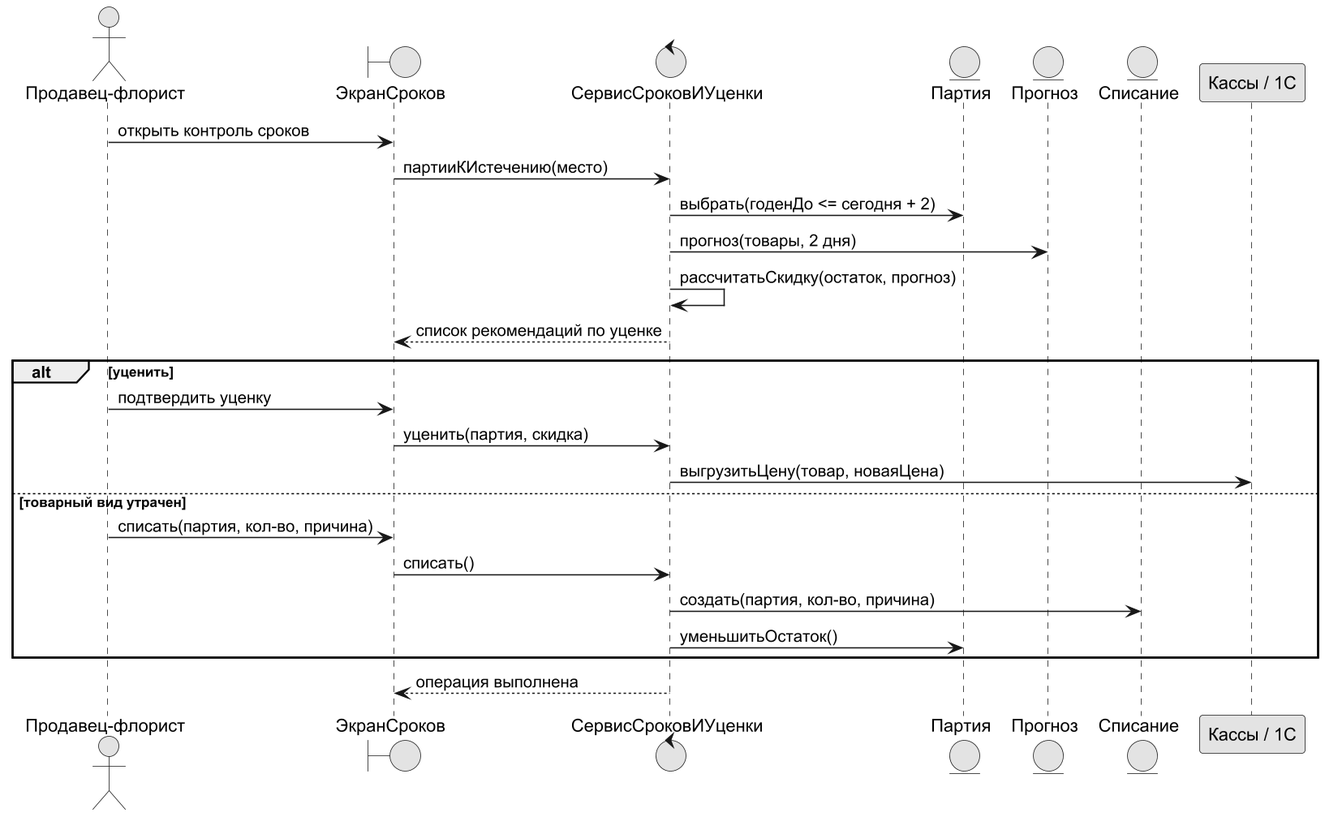
Above: diagrams/uml_seq_3.png in DarkSwordman999/flower-demand-planning (PlantUML), before the change. Its diagram source:
```plantuml
@startuml
!pragma layout smetana
skinparam dpi 150
skinparam defaultFontName Arial
skinparam shadowing false
skinparam monochrome true
actor "Продавец-флорист" as PF
boundary "ЭкранСроков" as UI
control "СервисСроковИУценки" as S
entity "Партия" as P
entity "Прогноз" as F
entity "Списание" as W
participant "Кассы / 1С" as KKT
PF -> UI : открыть контроль сроков
UI -> S : партииКИстечению(место)
S -> P : выбрать(годенДо <= сегодня + 2)
S -> F : прогноз(товары, 2 дня)
S -> S : рассчитатьСкидку(остаток, прогноз)
S --> UI : список рекомендаций по уценке
alt уценить
  PF -> UI : подтвердить уценку
  UI -> S : уценить(партия, скидка)
  S -> KKT : выгрузитьЦену(товар, новаяЦена)
else товарный вид утрачен
  PF -> UI : списать(партия, кол-во, причина)
  UI -> S : списать()
  S -> W : создать(партия, кол-во, причина)
  S -> P : уменьшитьОстаток()
end
S --> UI : операция выполнена
@enduml
```
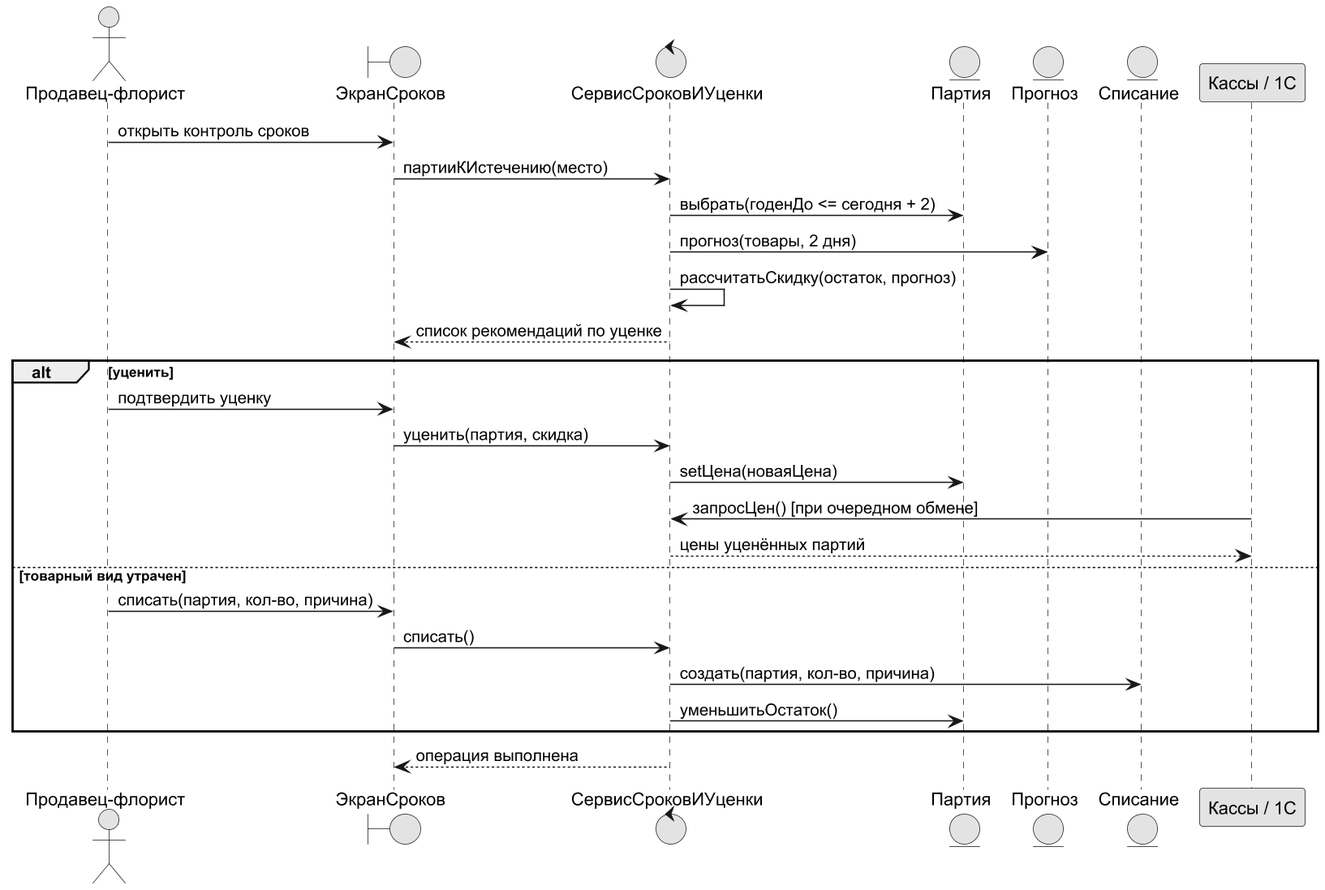
Above is the later version.

Diff of the diagram source:
```diff
@@ -20,7 +20,9 @@
 alt уценить
   PF -> UI : подтвердить уценку
   UI -> S : уценить(партия, скидка)
-  S -> KKT : выгрузитьЦену(товар, новаяЦена)
+  S -> P : setЦена(новаяЦена)
+  KKT -> S : запросЦен() [при очередном обмене]
+  S --> KKT : цены уценённых партий
 else товарный вид утрачен
   PF -> UI : списать(партия, кол-во, причина)
   UI -> S : списать()
```
